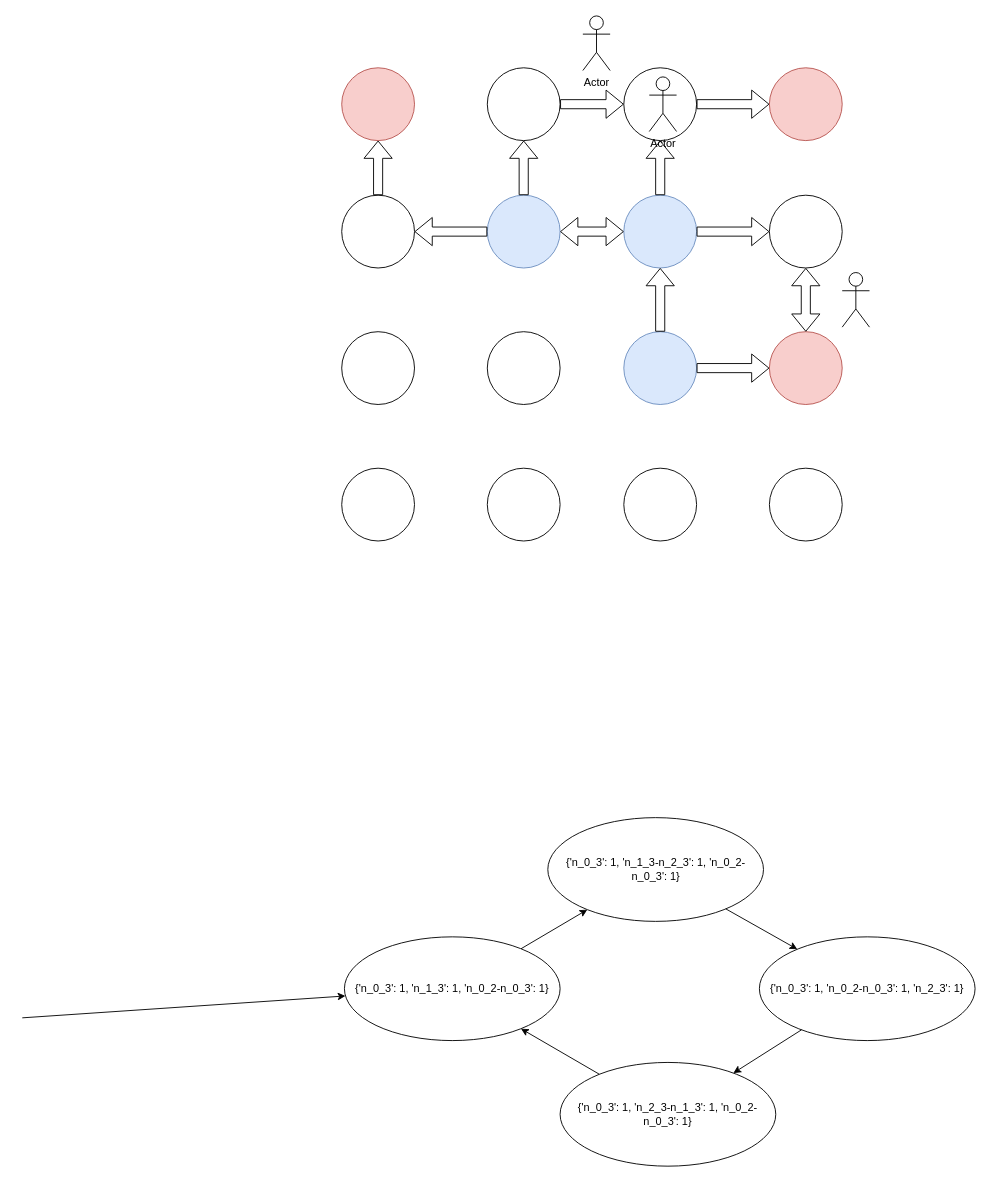
This is 4x4_topo_map.drawio from YifengWei1999/4YP_diagrams, a draw.io file, before an edit. Source tidied: cells renumbered, new cells numbered last; positions are measured from the earlier drawing's top-left corner, leaving out a move shared by most shapes. Both pictures are drawn from the tidied source at 91%, with x=0, y=0 at pixel (22, 15).
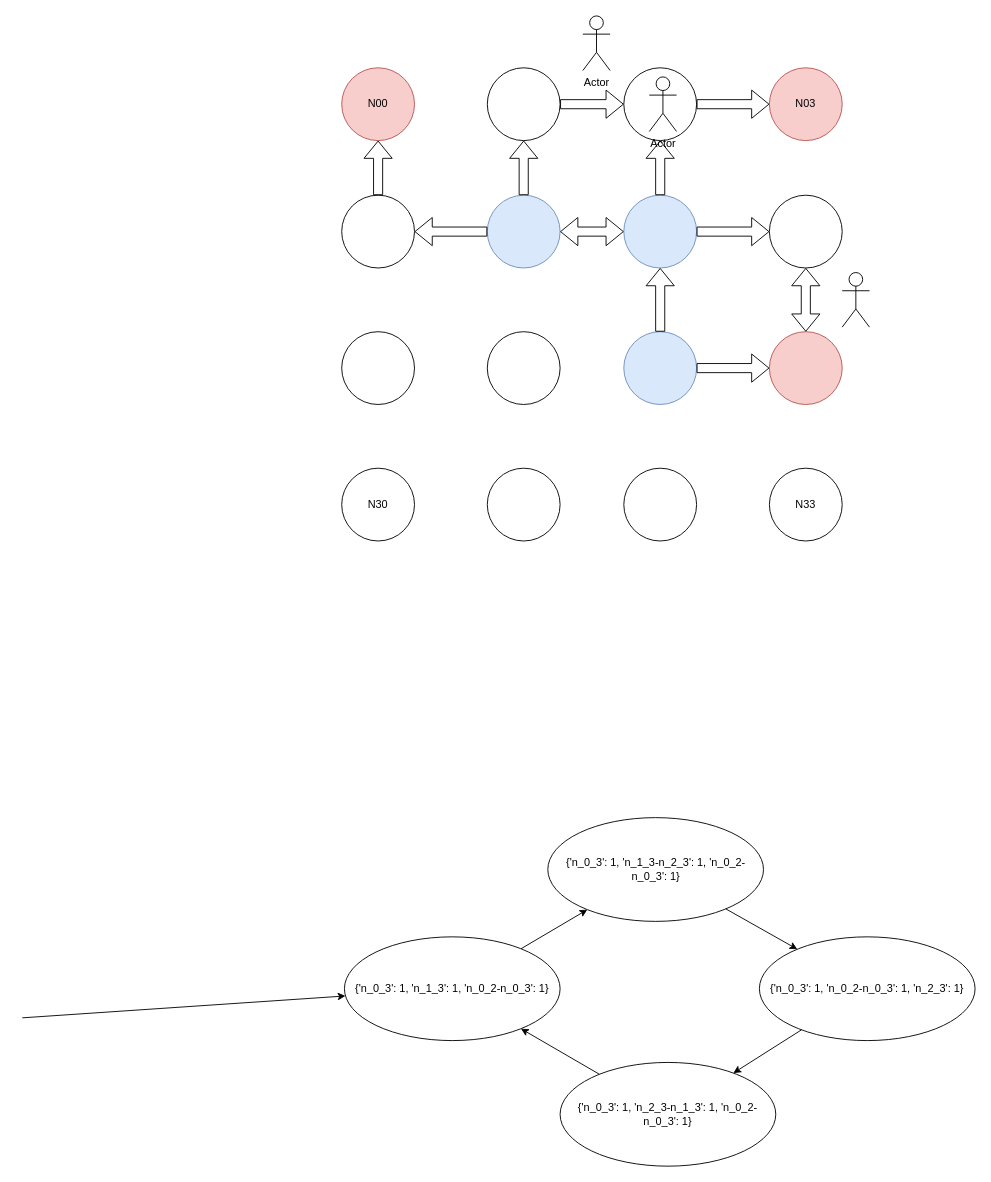
The same page after the edit.

Diff of the diagram source:
```diff
@@
-    <mxCell id="2" style="ellipse;whiteSpace=wrap;html=1;fillColor=#f8cecc;strokeColor=#b85450;" parent="1" vertex="1">
+    <mxCell id="2" value="N00" style="ellipse;whiteSpace=wrap;html=1;fillColor=#f8cecc;strokeColor=#b85450;" parent="1" vertex="1">
       <mxGeometry x="351" y="57" width="80" height="80" as="geometry" />
     </mxCell>
@@
-    <mxCell id="5" style="ellipse;whiteSpace=wrap;html=1;" parent="1" vertex="1">
+    <mxCell id="5" value="N30" style="ellipse;whiteSpace=wrap;html=1;" parent="1" vertex="1">
       <mxGeometry x="351" y="497" width="80" height="80" as="geometry" />
     </mxCell>
@@
-    <mxCell id="8" style="ellipse;whiteSpace=wrap;html=1;fillColor=#f8cecc;strokeColor=#b85450;" parent="1" vertex="1">
+    <mxCell id="8" value="N03" style="ellipse;whiteSpace=wrap;html=1;fillColor=#f8cecc;strokeColor=#b85450;" parent="1" vertex="1">
       <mxGeometry x="821" y="57" width="80" height="80" as="geometry" />
     </mxCell>
@@
-    <mxCell id="17" style="ellipse;whiteSpace=wrap;html=1;" parent="1" vertex="1">
+    <mxCell id="17" value="N33" style="ellipse;whiteSpace=wrap;html=1;" parent="1" vertex="1">
       <mxGeometry x="821" y="497" width="80" height="80" as="geometry" />
     </mxCell>
```
